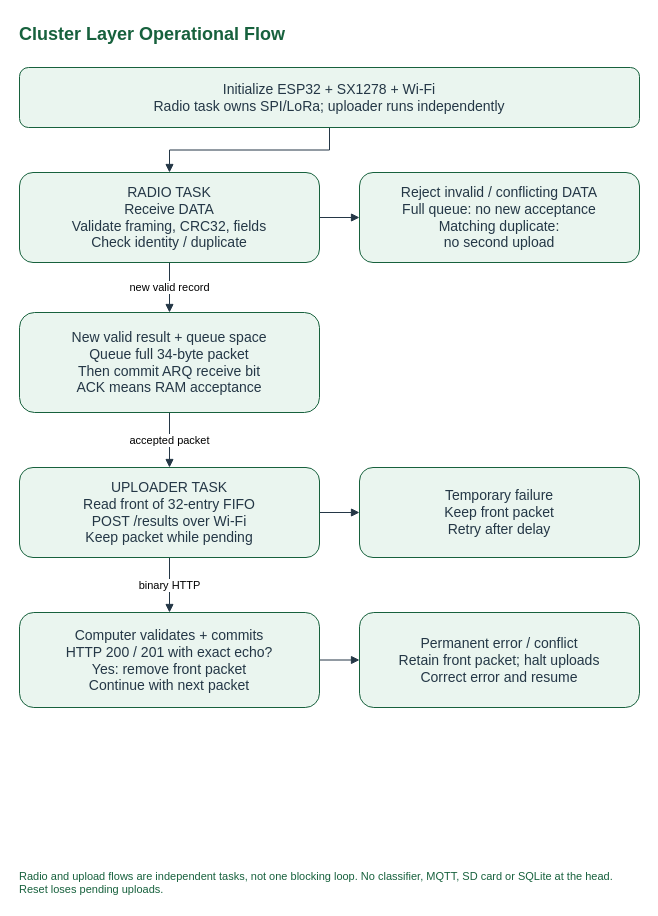
Battikhah/senior-design-report keeps this draw.io diagram as page "Cluster Layer Operational Flow" (7 of 8) of output/diagrams/Senior_Design_Section4_EdgeML.drawio.xml. Above is the earlier version. Source tidied: cells renumbered, new cells numbered last; positions are measured from the earlier drawing's top-left corner, leaving out a move shared by most shapes. Both pictures are drawn from the tidied source at 100%, with x=0, y=0 at pixel (17, 17).
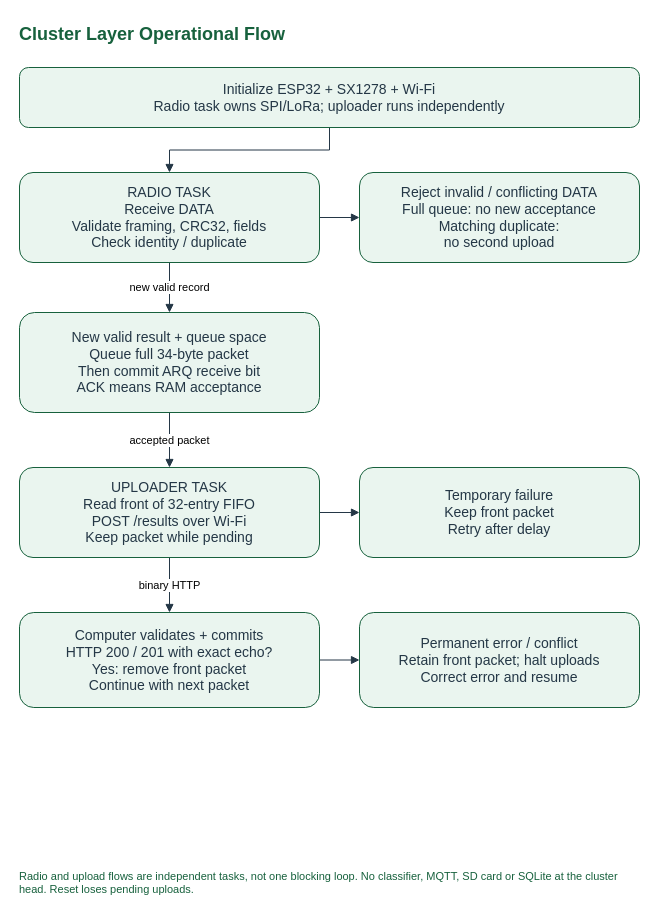
The same page after the edit.

The edit, as a diff of the source:
```diff
@@
 <mxGraphModel>
   <root>
     <mxCell id="0" />
     <mxCell id="1" parent="0" />
     <mxCell id="2" value="Cluster Layer Operational Flow" style="text;html=1;fontSize=18;fontStyle=1;fontColor=#17613D;align=left;" parent="1" vertex="1">
       <mxGeometry width="624" height="30" as="geometry" />
     </mxCell>
     <mxCell id="3" style="edgeStyle=orthogonalEdgeStyle;rounded=0;html=1;endArrow=block;strokeColor=#243746;fontSize=11;labelBackgroundColor=#FFFFFF;exitX=0.5;exitY=1;entryX=0.5;entryY=0;" parent="1" edge="1" source="10" target="11">
       <mxGeometry relative="1" as="geometry" />
     </mxCell>
     <mxCell id="4" value="new valid record" style="edgeStyle=orthogonalEdgeStyle;rounded=0;html=1;endArrow=block;strokeColor=#243746;fontSize=11;labelBackgroundColor=#FFFFFF;exitX=0.5;exitY=1;entryX=0.5;entryY=0;" parent="1" edge="1" source="11" target="12">
       <mxGeometry relative="1" as="geometry" />
     </mxCell>
     <mxCell id="5" style="edgeStyle=orthogonalEdgeStyle;rounded=0;html=1;endArrow=block;strokeColor=#243746;fontSize=11;labelBackgroundColor=#FFFFFF;exitX=1;exitY=0.5;entryX=0;entryY=0.5;" parent="1" edge="1" source="11" target="13">
       <mxGeometry relative="1" as="geometry" />
     </mxCell>
     <mxCell id="6" value="accepted packet" style="edgeStyle=orthogonalEdgeStyle;rounded=0;html=1;endArrow=block;strokeColor=#243746;fontSize=11;labelBackgroundColor=#FFFFFF;exitX=0.5;exitY=1;entryX=0.5;entryY=0;" parent="1" edge="1" source="12" target="14">
       <mxGeometry relative="1" as="geometry" />
     </mxCell>
     <mxCell id="7" value="binary HTTP" style="edgeStyle=orthogonalEdgeStyle;rounded=0;html=1;endArrow=block;strokeColor=#243746;fontSize=11;labelBackgroundColor=#FFFFFF;exitX=0.5;exitY=1;entryX=0.5;entryY=0;" parent="1" edge="1" source="14" target="15">
       <mxGeometry relative="1" as="geometry" />
     </mxCell>
     <mxCell id="8" style="edgeStyle=orthogonalEdgeStyle;rounded=0;html=1;endArrow=block;strokeColor=#243746;fontSize=11;labelBackgroundColor=#FFFFFF;exitX=1;exitY=0.5;entryX=0;entryY=0.5;" parent="1" edge="1" source="14" target="16">
       <mxGeometry relative="1" as="geometry" />
     </mxCell>
     <mxCell id="9" style="edgeStyle=orthogonalEdgeStyle;rounded=0;html=1;endArrow=block;strokeColor=#243746;fontSize=11;labelBackgroundColor=#FFFFFF;exitX=1;exitY=0.5;entryX=0;entryY=0.5;" parent="1" edge="1" source="15" target="17">
       <mxGeometry relative="1" as="geometry" />
     </mxCell>
     <mxCell id="10" value="Initialize ESP32 + SX1278 + Wi-Fi&lt;br&gt;Radio task owns SPI/LoRa; uploader runs independently" style="rounded=1;whiteSpace=wrap;html=1;fillColor=#EAF5EF;strokeColor=#17613D;fontColor=#243746;fontSize=14;spacing=8;" parent="1" vertex="1">
       <mxGeometry x="2" y="50" width="620" height="60" as="geometry" />
     </mxCell>
     <mxCell id="11" value="RADIO TASK&lt;br&gt;Receive DATA&lt;br&gt;Validate framing, CRC32, fields&lt;br&gt;Check identity / duplicate" style="rounded=1;whiteSpace=wrap;html=1;fillColor=#EAF5EF;strokeColor=#17613D;fontColor=#243746;fontSize=14;spacing=8;" parent="1" vertex="1">
       <mxGeometry x="2" y="155" width="300" height="90" as="geometry" />
     </mxCell>
     <mxCell id="12" value="New valid result + queue space&lt;br&gt;Queue full 34-byte packet&lt;br&gt;Then commit ARQ receive bit&lt;br&gt;ACK means RAM acceptance" style="rounded=1;whiteSpace=wrap;html=1;fillColor=#EAF5EF;strokeColor=#17613D;fontColor=#243746;fontSize=14;spacing=8;" parent="1" vertex="1">
       <mxGeometry x="2" y="295" width="300" height="100" as="geometry" />
     </mxCell>
     <mxCell id="13" value="Reject invalid / conflicting DATA&lt;br&gt;Full queue: no new acceptance&lt;br&gt;Matching duplicate:&lt;br&gt;no second upload" style="rounded=1;whiteSpace=wrap;html=1;fillColor=#EAF5EF;strokeColor=#17613D;fontColor=#243746;fontSize=14;spacing=8;" parent="1" vertex="1">
       <mxGeometry x="342" y="155" width="280" height="90" as="geometry" />
     </mxCell>
     <mxCell id="14" value="UPLOADER TASK&lt;br&gt;Read front of 32-entry FIFO&lt;br&gt;POST /results over Wi-Fi&lt;br&gt;Keep packet while pending" style="rounded=1;whiteSpace=wrap;html=1;fillColor=#EAF5EF;strokeColor=#17613D;fontColor=#243746;fontSize=14;spacing=8;" parent="1" vertex="1">
       <mxGeometry x="2" y="450" width="300" height="90" as="geometry" />
     </mxCell>
     <mxCell id="15" value="Computer validates + commits&lt;br&gt;HTTP 200 / 201 with exact echo?&lt;br&gt;Yes: remove front packet&lt;br&gt;Continue with next packet" style="rounded=1;whiteSpace=wrap;html=1;fillColor=#EAF5EF;strokeColor=#17613D;fontColor=#243746;fontSize=14;spacing=8;" parent="1" vertex="1">
       <mxGeometry x="2" y="595" width="300" height="95" as="geometry" />
     </mxCell>
     <mxCell id="16" value="Temporary failure&lt;br&gt;Keep front packet&lt;br&gt;Retry after delay" style="rounded=1;whiteSpace=wrap;html=1;fillColor=#EAF5EF;strokeColor=#17613D;fontColor=#243746;fontSize=14;spacing=8;" parent="1" vertex="1">
       <mxGeometry x="342" y="450" width="280" height="90" as="geometry" />
     </mxCell>
     <mxCell id="17" value="Permanent error / conflict&lt;br&gt;Retain front packet; halt uploads&lt;br&gt;Correct error and resume" style="rounded=1;whiteSpace=wrap;html=1;fillColor=#EAF5EF;strokeColor=#17613D;fontColor=#243746;fontSize=14;spacing=8;" parent="1" vertex="1">
       <mxGeometry x="342" y="595" width="280" height="95" as="geometry" />
     </mxCell>
-    <mxCell id="18" value="Radio and upload flows are independent tasks, not one blocking loop. No classifier, MQTT, SD card or SQLite at the head. Reset loses pending uploads." style="text;html=1;whiteSpace=wrap;align=left;fontSize=11;fontColor=#17613D;" parent="1" vertex="1">
+    <mxCell id="18" value="Radio and upload flows are independent tasks, not one blocking loop. No classifier, MQTT, SD card or SQLite at the cluster head. Reset loses pending uploads." style="text;html=1;whiteSpace=wrap;align=left;fontSize=11;fontColor=#17613D;" parent="1" vertex="1">
       <mxGeometry y="846" width="624" height="36" as="geometry" />
     </mxCell>
   </root>
 </mxGraphModel>
```
